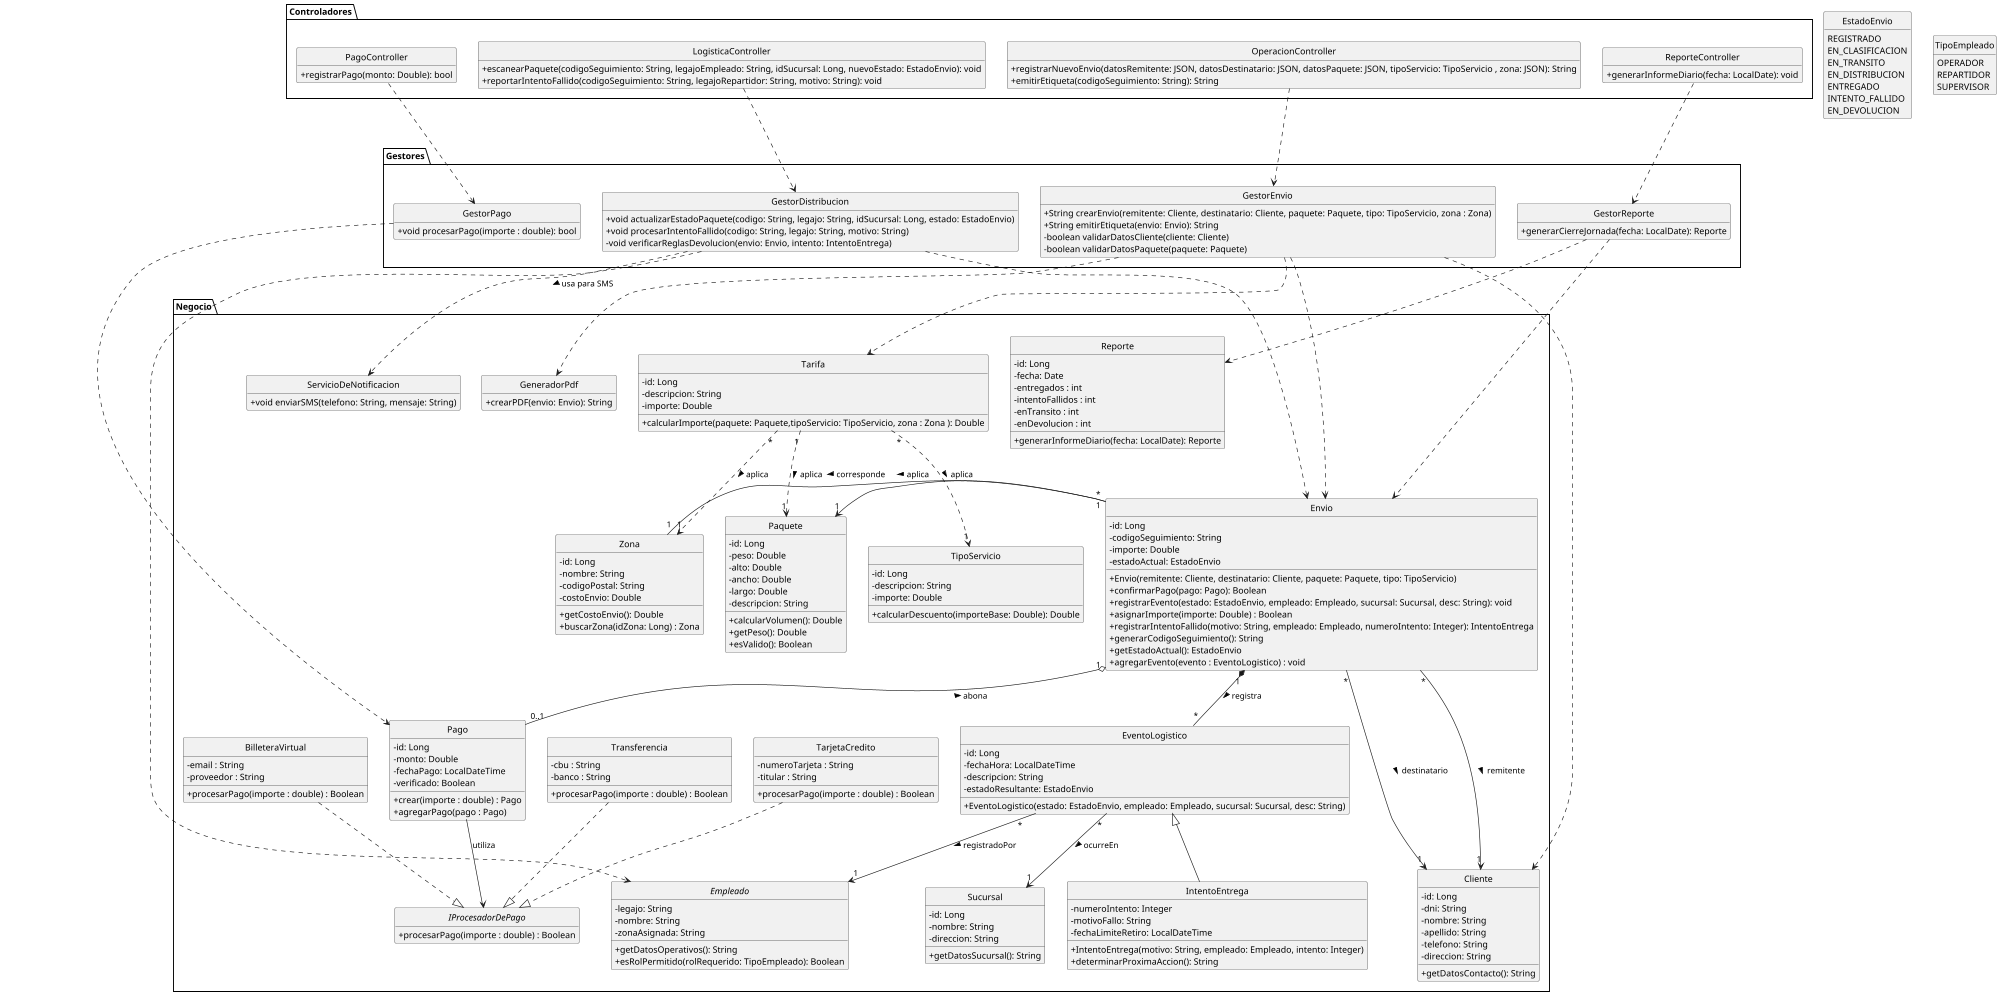
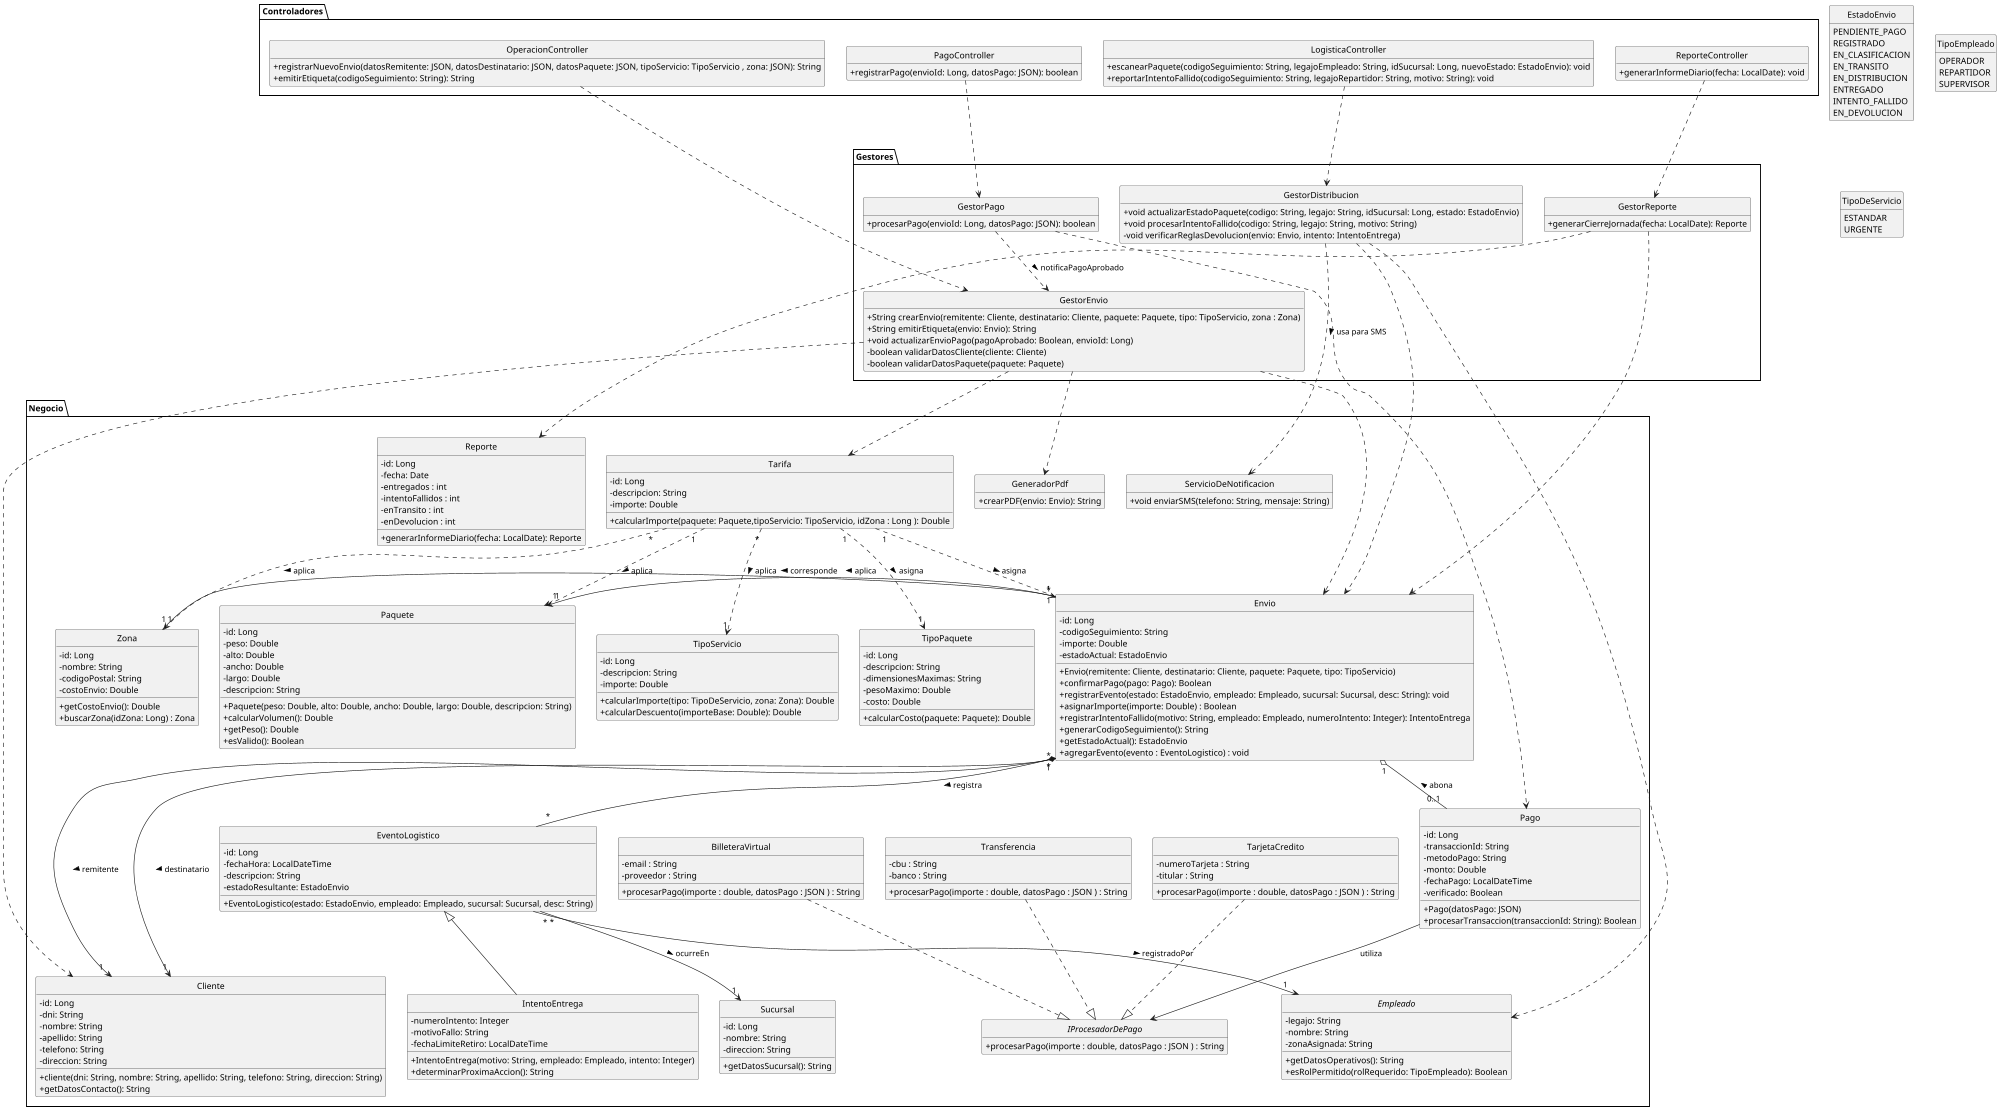
@startuml
scale max 2000 width
skinparam classAttributeIconSize 0
skinparam style strictuml
skinparam DefaultFontName "Arial"
hide empty members

package Negocio {

  ' --- ENTIDADES DE DOMINIO (Lógica y Estado) ---
  class Cliente {
    - id: Long
    - dni: String
    - nombre: String
    - apellido: String
    - telefono: String
    - direccion: String
+     + cliente(dni: String, nombre: String, apellido: String, telefono: String, direccion: String)
    + getDatosContacto(): String
  }

  class Envio {
    - id: Long
    - codigoSeguimiento: String
    - importe: Double
    - estadoActual: EstadoEnvio

    + Envio(remitente: Cliente, destinatario: Cliente, paquete: Paquete, tipo: TipoServicio)
    + confirmarPago(pago: Pago): Boolean
    + registrarEvento(estado: EstadoEnvio, empleado: Empleado, sucursal: Sucursal, desc: String): void
    + asignarImporte(importe: Double) : Boolean
    + registrarIntentoFallido(motivo: String, empleado: Empleado, numeroIntento: Integer): IntentoEntrega
    + generarCodigoSeguimiento(): String
    + getEstadoActual(): EstadoEnvio
    + agregarEvento(evento : EventoLogistico) : void
  }

  class TipoServicio{
    - id: Long
    - descripcion: String
    - importe: Double
+     + calcularImporte(tipo: TipoDeServicio, zona: Zona): Double
    + calcularDescuento(importeBase: Double): Double
  }

  class Paquete {
    - id: Long
    - peso: Double
    - alto: Double
    - ancho: Double
    - largo: Double
    - descripcion: String
+     + Paquete(peso: Double, alto: Double, ancho: Double, largo: Double, descripcion: String)
    + calcularVolumen(): Double
    + getPeso(): Double
    + esValido(): Boolean
  }

+   class Zona {
+     - id: Long
+     - nombre: String
+     - codigoPostal: String
+     - costoEnvio: Double
+     + getCostoEnvio(): Double
+     + buscarZona(idZona: Long) : Zona
+   }
+ 
+   class TipoPaquete{
+     - id: Long
+     - descripcion: String
+     - dimensionesMaximas: String
+     - pesoMaximo: Double
+     - costo: Double
+     + calcularCosto(paquete: Paquete): Double
+   }
+ 
  class Pago {
    - id: Long
+     - transaccionId: String
+     - metodoPago: String
    - monto: Double
    - fechaPago: LocalDateTime
    - verificado: Boolean
-     + crear(importe : double) : Pago
-     + agregarPago(pago : Pago)
+     + Pago(datosPago: JSON)
+     + procesarTransaccion(transaccionId: String): Boolean
  }

  interface IProcesadorDePago{
-     + procesarPago(importe : double) : Boolean
+     + procesarPago(importe : double, datosPago : JSON ) : String
  }

  class TarjetaCredito{
    - numeroTarjeta : String
    - titular : String
-     + procesarPago(importe : double) : Boolean
+     + procesarPago(importe : double, datosPago : JSON ) : String
  }

  class Transferencia{
    - cbu : String
    - banco : String
-     + procesarPago(importe : double) : Boolean
+     + procesarPago(importe : double, datosPago : JSON ) : String
  }

  class BilleteraVirtual{
    - email : String
    - proveedor : String
-     + procesarPago(importe : double) : Boolean
+     + procesarPago(importe : double, datosPago : JSON ) : String
  }

  abstract class Empleado {
    - legajo: String
    - nombre: String
    - zonaAsignada: String
    + getDatosOperativos(): String
    + esRolPermitido(rolRequerido: TipoEmpleado): Boolean
  }

  class Sucursal{
    - id: Long
    - nombre: String
    - direccion: String
    + getDatosSucursal(): String
  }

  class Reporte{
    - id: Long
    - fecha: Date
    - entregados : int
    - intentoFallidos : int
    - enTransito : int
    - enDevolucion : int
    + generarInformeDiario(fecha: LocalDate): Reporte
  }

-  class Zona {
-     - id: Long
-     - nombre: String
-     - codigoPostal: String
-     - costoEnvio: Double
-     + getCostoEnvio(): Double
-     + buscarZona(idZona: Long) : Zona
-   }
+ 

  class Tarifa{
    - id: Long
    - descripcion: String
    - importe: Double
-     + calcularImporte(paquete: Paquete,tipoServicio: TipoServicio, zona : Zona ): Double
+     + calcularImporte(paquete: Paquete,tipoServicio: TipoServicio, idZona : Long ): Double
  }

  class EventoLogistico {
    - id: Long
    - fechaHora: LocalDateTime
    - descripcion: String
    - estadoResultante: EstadoEnvio
    + EventoLogistico(estado: EstadoEnvio, empleado: Empleado, sucursal: Sucursal, desc: String)
  }

  class IntentoEntrega {
    - numeroIntento: Integer
    - motivoFallo: String
    - fechaLimiteRetiro: LocalDateTime
    + IntentoEntrega(motivo: String, empleado: Empleado, intento: Integer)
    + determinarProximaAccion(): String
  }

  class GeneradorPdf {
    + crearPDF(envio: Envio): String
  }

  class ServicioDeNotificacion {
    + void enviarSMS(telefono: String, mensaje: String)
  }
}

EventoLogistico <|-- IntentoEntrega
Pago --> IProcesadorDePago : utiliza
TarjetaCredito ..|> IProcesadorDePago
Transferencia ..|> IProcesadorDePago
BilleteraVirtual ..|> IProcesadorDePago

' --- CAPA DE CONTROLADORES (Interfaces externas / API) ---
package Controladores {
  class OperacionController {
    + registrarNuevoEnvio(datosRemitente: JSON, datosDestinatario: JSON, datosPaquete: JSON, tipoServicio: TipoServicio , zona: JSON): String
    + emitirEtiqueta(codigoSeguimiento: String): String
  }

  class LogisticaController {
    + escanearPaquete(codigoSeguimiento: String, legajoEmpleado: String, idSucursal: Long, nuevoEstado: EstadoEnvio): void
    + reportarIntentoFallido(codigoSeguimiento: String, legajoRepartidor: String, motivo: String): void
  }

  class ReporteController {
    + generarInformeDiario(fecha: LocalDate): void
  }

  class PagoController {
-     + registrarPago(monto: Double): bool
+     + registrarPago(envioId: Long, datosPago: JSON): boolean
  }
}

' --- CAPA DE GESTORES (Servicios de Aplicación / Casos de Uso) ---
package Gestores {
  class GestorEnvio {
    + String crearEnvio(remitente: Cliente, destinatario: Cliente, paquete: Paquete, tipo: TipoServicio, zona : Zona)
    + String emitirEtiqueta(envio: Envio): String
+     + void actualizarEnvioPago(pagoAprobado: Boolean, envioId: Long)
    - boolean validarDatosCliente(cliente: Cliente)
    - boolean validarDatosPaquete(paquete: Paquete)
  }

  class GestorDistribucion {
    + void actualizarEstadoPaquete(codigo: String, legajo: String, idSucursal: Long, estado: EstadoEnvio)
    + void procesarIntentoFallido(codigo: String, legajo: String, motivo: String)
    - void verificarReglasDevolucion(envio: Envio, intento: IntentoEntrega)
  }

  class GestorReporte {
    + generarCierreJornada(fecha: LocalDate): Reporte
  }

  class GestorPago {
-     + void procesarPago(importe : double): bool
+     + procesarPago(envioId: Long, datosPago: JSON): boolean
  }
}

' --- ENUMS E INTERFACES ---
enum EstadoEnvio {
+   PENDIENTE_PAGO
  REGISTRADO
  EN_CLASIFICACION
  EN_TRANSITO
  EN_DISTRIBUCION
  ENTREGADO
  INTENTO_FALLIDO
  EN_DEVOLUCION
}

enum TipoEmpleado {
  OPERADOR
  REPARTIDOR
  SUPERVISOR
}

+ enum TipoDeServicio {
+   ESTANDAR
+   URGENTE
+ }
+ 
' --- DEPENDENCIAS ARQUITECTÓNICAS (Controladores -> Gestores -> Dominio) ---

' 1. Forzamos que los controladores apunten estrictamente HACIA ABAJO a los gestores
OperacionController .down.> GestorEnvio
LogisticaController .down.> GestorDistribucion
ReporteController .down.> GestorReporte
PagoController .down.> GestorPago

' 2. Forzamos que los gestores apunten HACIA ABAJO a las entidades de dominio
GestorPago .down.> Pago
+ GestorPago .down.> GestorEnvio : notificaPagoAprobado >
GestorEnvio .down.> Envio
GestorEnvio .down.> Cliente
GestorDistribucion .down.> Envio
GestorDistribucion .down.> Empleado
GestorEnvio .down.> GeneradorPdf
GestorEnvio .down.> Tarifa

' 3. Usamos direcciones laterales (derecha/izquierda) para servicios transversales
GestorDistribucion .right.> ServicioDeNotificacion : usa para SMS >
GestorReporte .down.> Reporte
GestorReporte .down.> Envio

' --- RELACIONES ESTRUCTURALES (Entidades de Dominio) ---

Envio "*" ---> "1" Cliente : remitente >
Envio "*" ---> "1" Cliente : destinatario >

Envio "1" o-- "0..1" Pago : abona <
Envio "1" *-- "*" EventoLogistico : registra >
Envio "*" -left- "1" Zona : corresponde >
Envio "1" -right-> "1" Paquete : aplica >

Tarifa "*" .down.> "1" Zona : aplica >
Tarifa "*" .down.> "1" TipoServicio : aplica >
Tarifa "1" .down.> "1" Paquete : aplica >
+ Tarifa "1" .down.> "1" Envio : asigna >
+ Tarifa "1" .down.> "1" TipoPaquete : asigna >

EventoLogistico "*" --> "1" Empleado : registradoPor >
EventoLogistico "*" --> "1" Sucursal : ocurreEn >
@enduml